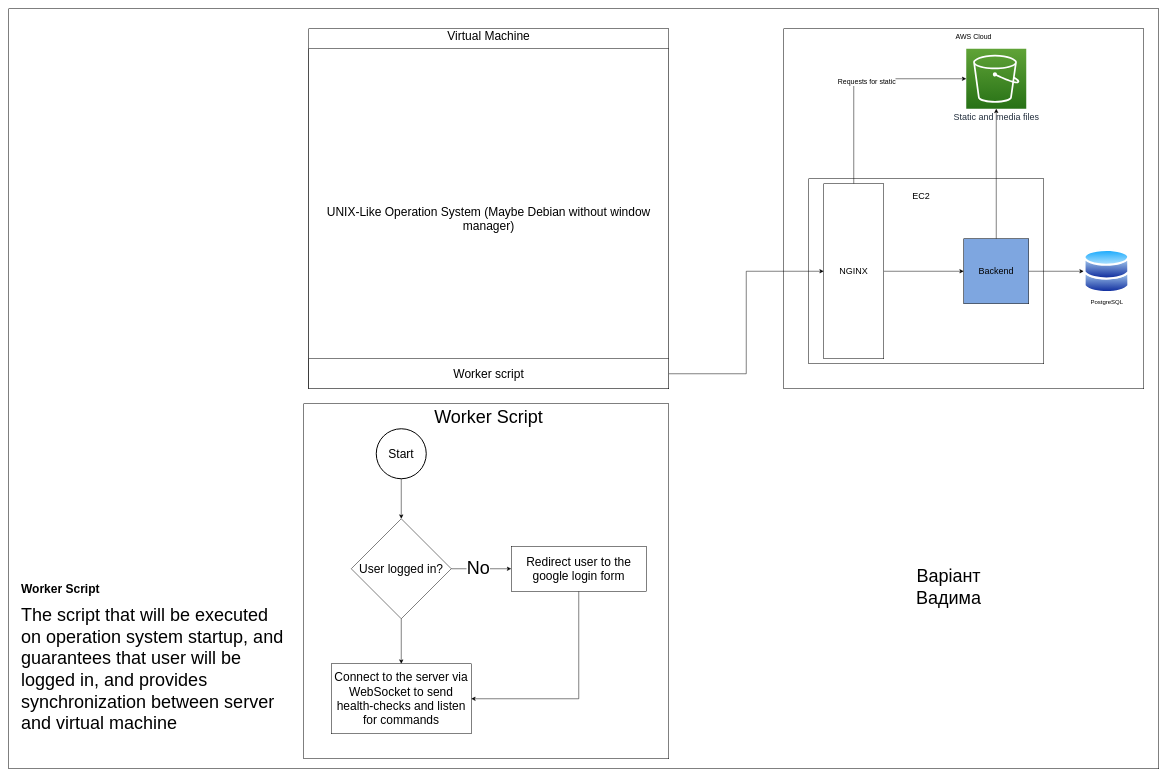
Before: docs/masters_project.drawio in qerdcv/masters-project, a draw.io diagram. Source tidied: cells renumbered, new cells numbered last; positions are measured from the earlier drawing's top-left corner, leaving out a move shared by most shapes. Both pictures are drawn from the tidied source at 50%, with x=0, y=0 at pixel (8, 8).
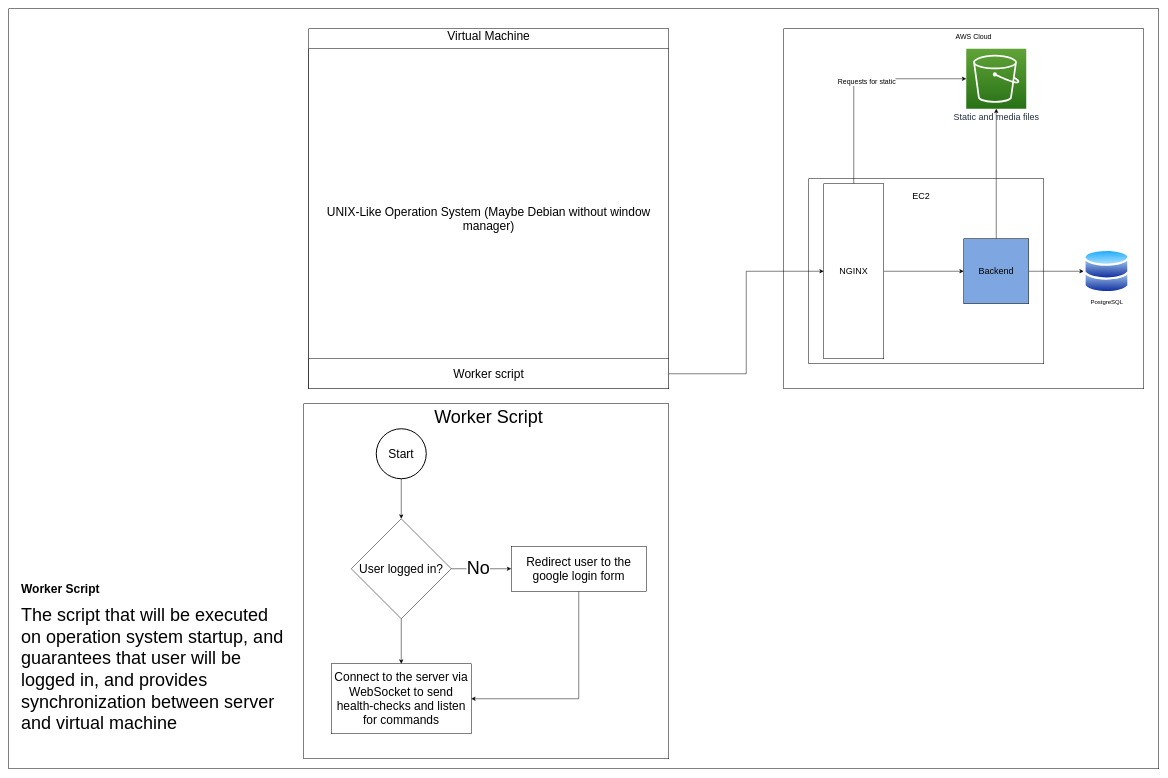
The same page after the edit.

The edit, as a diff of the source:
```diff
@@
-    <mxCell id="33" value="&lt;font style=&quot;font-size: 36px;&quot;&gt;Варіант Вадима&lt;/font&gt;" style="text;html=1;strokeColor=none;fillColor=none;align=center;verticalAlign=middle;whiteSpace=wrap;rounded=0;" parent="1" vertex="1">
-      <mxGeometry x="1750" y="1100" width="260" height="110" as="geometry" />
-    </mxCell>
```
